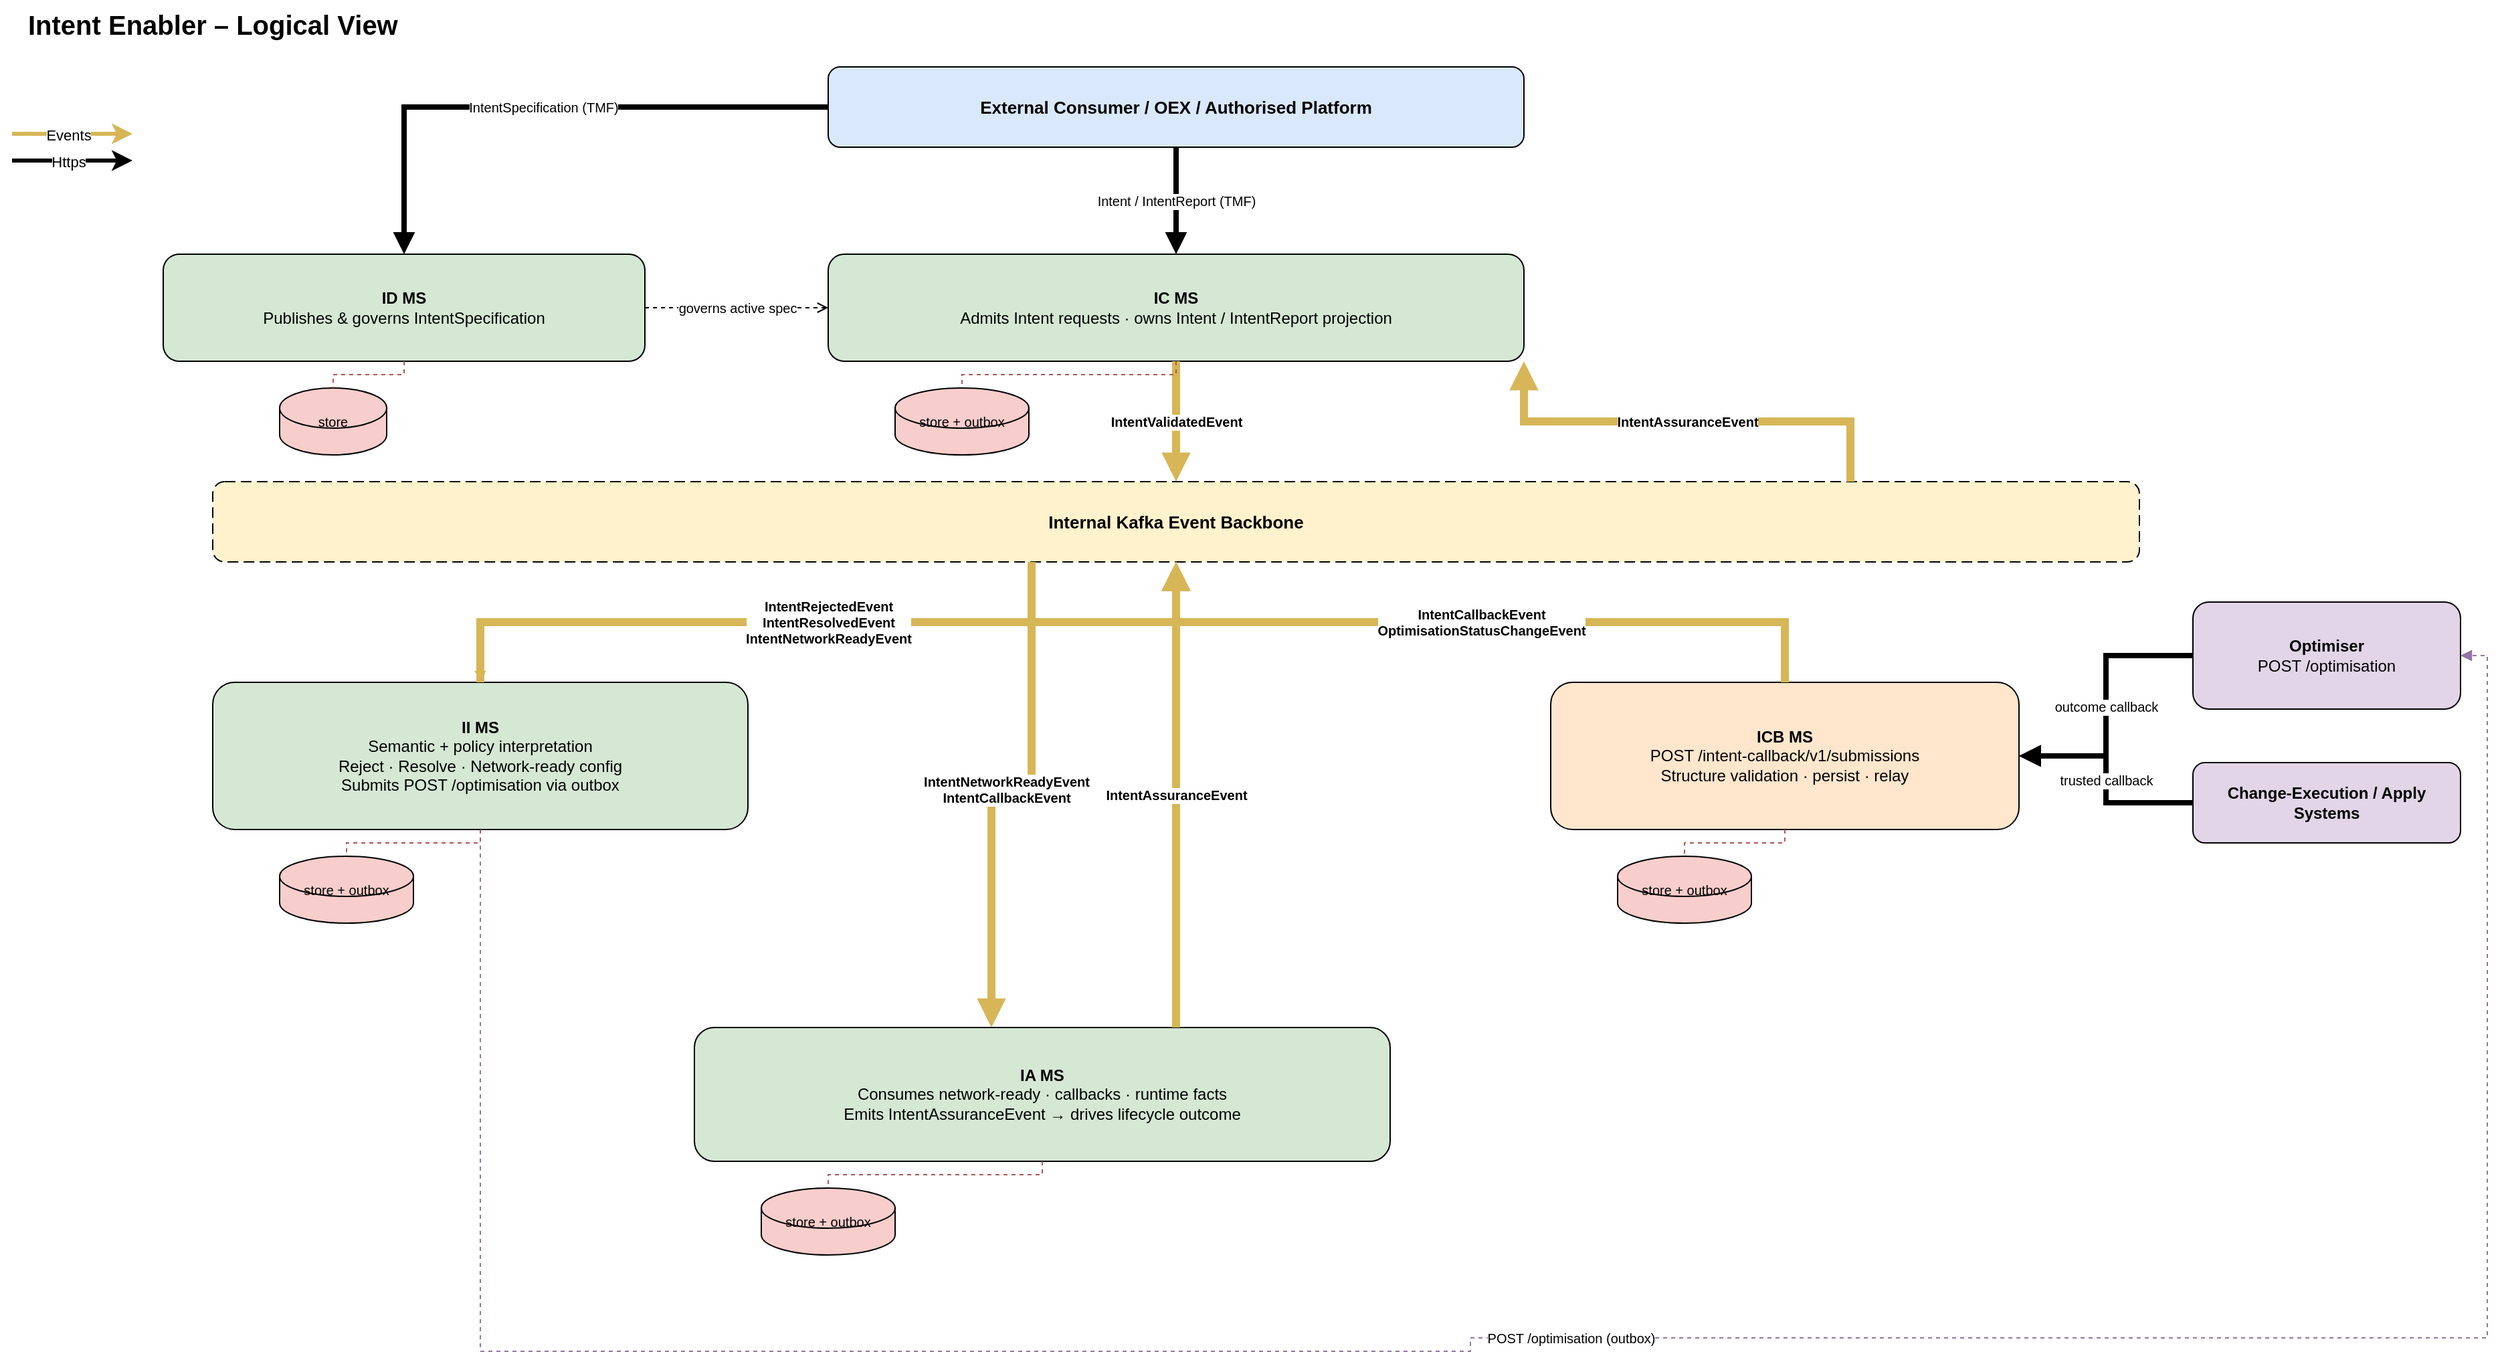
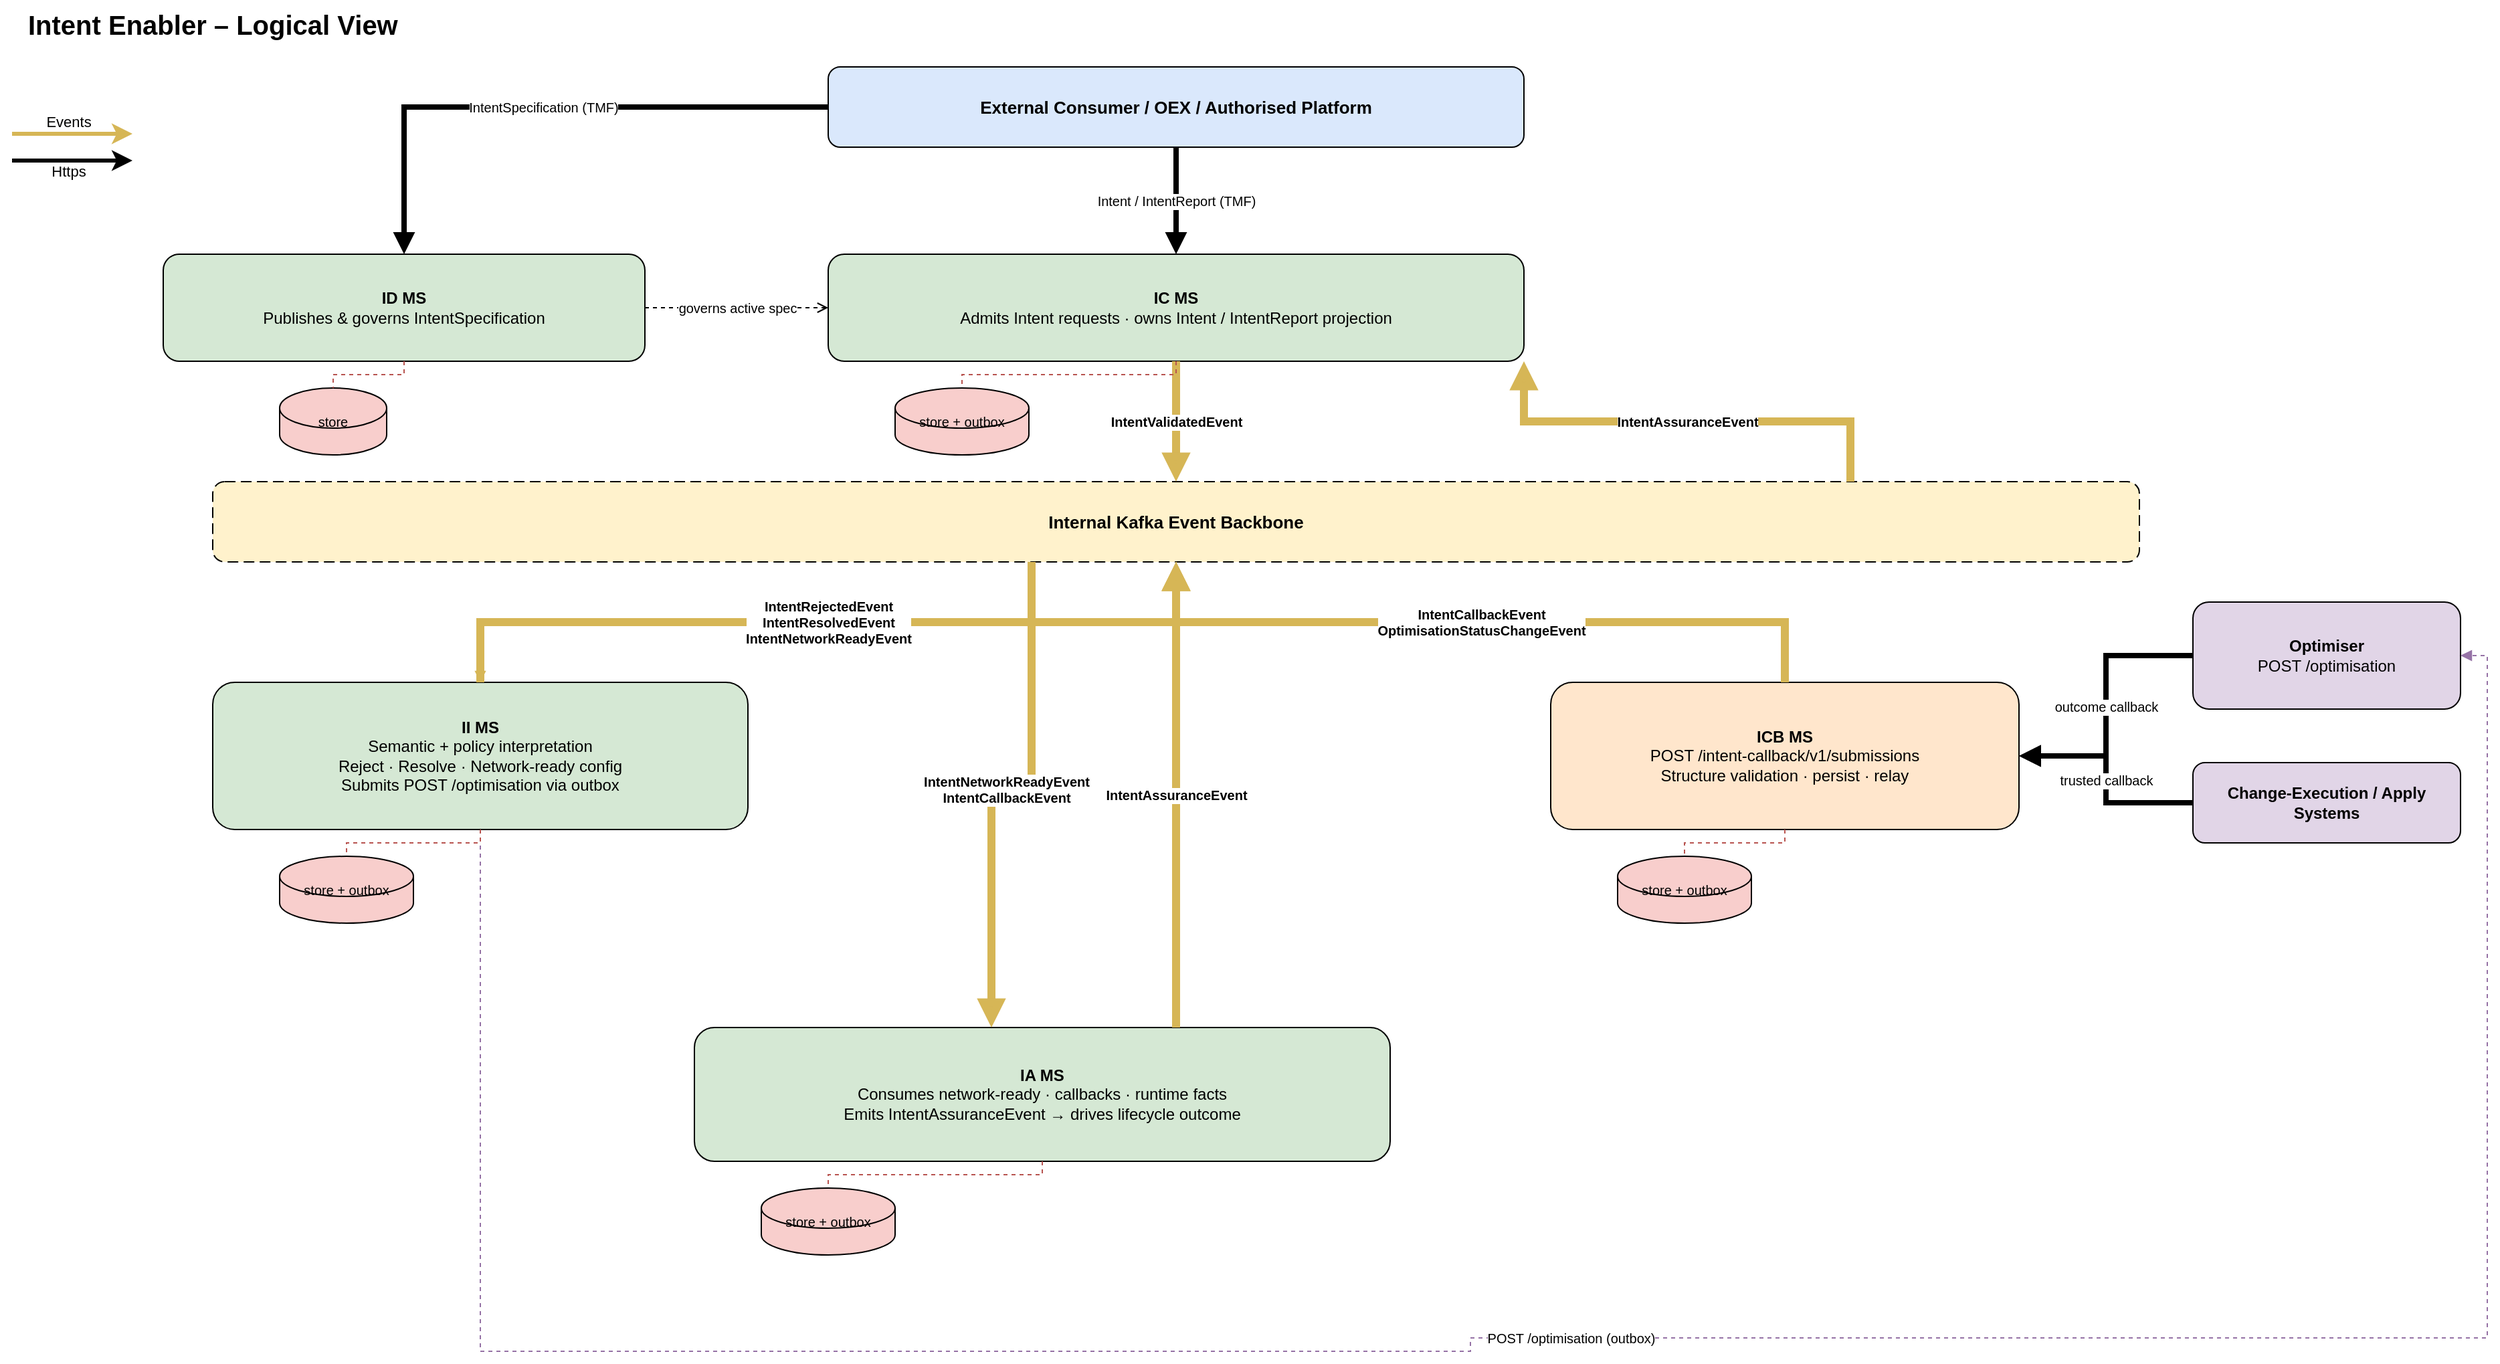
<mxfile host="65bd71144e">
    <diagram id="intent-enabler-logical-view-v3" name="Intent Enabler Logical View">
-         <mxGraphModel dx="651" dy="638" grid="1" gridSize="10" guides="1" tooltips="1" connect="1" arrows="1" fold="1" page="1" pageScale="1" pageWidth="1920" pageHeight="1400" math="0" shadow="0" adaptiveColors="none">
+         <mxGraphModel dx="552" dy="638" grid="1" gridSize="10" guides="1" tooltips="1" connect="1" arrows="1" fold="1" page="1" pageScale="1" pageWidth="1920" pageHeight="1400" math="0" shadow="0" adaptiveColors="none">
            <root>
                <mxCell id="0"/>
                <mxCell id="1" parent="0"/>
                <mxCell id="title" value="Intent Enabler – Logical View" style="text;html=1;strokeColor=none;fillColor=none;align=left;fontSize=20;fontStyle=1;container=0;" parent="1" vertex="1">
                    <mxGeometry x="60" y="30" width="500" height="36" as="geometry"/>
                </mxCell>
                <mxCell id="ext" value="External Consumer / OEX / Authorised Platform" style="rounded=1;whiteSpace=wrap;html=1;fillColor=#dae8fc;strokeColor=default;fontStyle=1;fontSize=13;container=0;" parent="1" vertex="1">
                    <mxGeometry x="660" y="80" width="520" height="60" as="geometry"/>
                </mxCell>
                <mxCell id="id-ms" value="&lt;b&gt;ID MS&lt;/b&gt;&lt;br/&gt;Publishes &amp; governs IntentSpecification" style="rounded=1;whiteSpace=wrap;html=1;fillColor=#d5e8d4;strokeColor=default;fontSize=12;container=0;" parent="1" vertex="1">
                    <mxGeometry x="163" y="220" width="360" height="80" as="geometry"/>
                </mxCell>
                <mxCell id="ic-ms" value="&lt;b&gt;IC MS&lt;/b&gt;&lt;br/&gt;Admits Intent requests · owns Intent / IntentReport projection" style="rounded=1;whiteSpace=wrap;html=1;fillColor=#d5e8d4;strokeColor=default;fontSize=12;container=0;" parent="1" vertex="1">
                    <mxGeometry x="660" y="220" width="520" height="80" as="geometry"/>
                </mxCell>
                <mxCell id="kafka" value="Internal Kafka Event Backbone" style="rounded=1;whiteSpace=wrap;html=1;fillColor=#fff2cc;strokeColor=default;dashed=1;dashPattern=8 4;fontStyle=1;fontSize=13;container=0;" parent="1" vertex="1">
                    <mxGeometry x="200" y="390" width="1440" height="60" as="geometry"/>
                </mxCell>
                <mxCell id="ii-ms" value="&lt;b&gt;II MS&lt;/b&gt;&lt;br/&gt;Semantic + policy interpretation&lt;br/&gt;Reject · Resolve · Network-ready config&lt;br/&gt;Submits POST /optimisation via outbox" style="rounded=1;whiteSpace=wrap;html=1;fillColor=#d5e8d4;strokeColor=default;fontSize=12;container=0;" parent="1" vertex="1">
                    <mxGeometry x="200" y="540" width="400" height="110" as="geometry"/>
                </mxCell>
                <mxCell id="icb-ms" value="&lt;b&gt;ICB MS&lt;/b&gt;&lt;br/&gt;POST /intent-callback/v1/submissions&lt;br/&gt;Structure validation · persist · relay" style="rounded=1;whiteSpace=wrap;html=1;fillColor=#ffe6cc;strokeColor=default;fontSize=12;container=0;" parent="1" vertex="1">
                    <mxGeometry x="1200" y="540" width="350" height="110" as="geometry"/>
                </mxCell>
                <mxCell id="ia-ms" value="&lt;b&gt;IA MS&lt;/b&gt;&lt;br/&gt;Consumes network-ready · callbacks · runtime facts&lt;br/&gt;Emits IntentAssuranceEvent → drives lifecycle outcome" style="rounded=1;whiteSpace=wrap;html=1;fillColor=#d5e8d4;strokeColor=default;fontSize=12;container=0;" parent="1" vertex="1">
                    <mxGeometry x="560" y="798" width="520" height="100" as="geometry"/>
                </mxCell>
                <mxCell id="optimiser" value="&lt;b&gt;Optimiser&lt;/b&gt;&lt;br/&gt;POST /optimisation" style="rounded=1;whiteSpace=wrap;html=1;fillColor=#e1d5e7;strokeColor=default;fontSize=12;container=0;" parent="1" vertex="1">
                    <mxGeometry x="1680" y="480" width="200" height="80" as="geometry"/>
                </mxCell>
                <mxCell id="change-sys" value="&lt;b&gt;Change-Execution / Apply Systems&lt;/b&gt;" style="rounded=1;whiteSpace=wrap;html=1;fillColor=#e1d5e7;strokeColor=default;fontSize=12;container=0;" parent="1" vertex="1">
                    <mxGeometry x="1680" y="600" width="200" height="60" as="geometry"/>
                </mxCell>
                <mxCell id="id-db" value="store" style="shape=cylinder3;whiteSpace=wrap;html=1;fillColor=#f8cecc;strokeColor=default;fontSize=10;container=0;" parent="1" vertex="1">
                    <mxGeometry x="250" y="320" width="80" height="50" as="geometry"/>
                </mxCell>
                <mxCell id="ic-db" value="store + outbox" style="shape=cylinder3;whiteSpace=wrap;html=1;fillColor=#f8cecc;strokeColor=default;fontSize=10;container=0;" parent="1" vertex="1">
                    <mxGeometry x="710" y="320" width="100" height="50" as="geometry"/>
                </mxCell>
                <mxCell id="ii-db" value="store + outbox" style="shape=cylinder3;whiteSpace=wrap;html=1;fillColor=#f8cecc;strokeColor=default;fontSize=10;container=0;" parent="1" vertex="1">
                    <mxGeometry x="250" y="670" width="100" height="50" as="geometry"/>
                </mxCell>
                <mxCell id="icb-db" value="store + outbox" style="shape=cylinder3;whiteSpace=wrap;html=1;fillColor=#f8cecc;strokeColor=default;fontSize=10;container=0;" parent="1" vertex="1">
                    <mxGeometry x="1250" y="670" width="100" height="50" as="geometry"/>
                </mxCell>
                <mxCell id="ia-db" value="store + outbox" style="shape=cylinder3;whiteSpace=wrap;html=1;fillColor=#f8cecc;strokeColor=default;fontSize=10;container=0;" parent="1" vertex="1">
                    <mxGeometry x="610" y="918" width="100" height="50" as="geometry"/>
                </mxCell>
                <mxCell id="e1" value="IntentSpecification (TMF)" style="edgeStyle=orthogonalEdgeStyle;rounded=0;html=1;endArrow=block;endFill=1;fontSize=10;strokeWidth=4;" parent="1" source="ext" target="id-ms" edge="1">
                    <mxGeometry relative="1" as="geometry"/>
                </mxCell>
                <mxCell id="e2" value="Intent / IntentReport (TMF)" style="edgeStyle=orthogonalEdgeStyle;rounded=0;html=1;endArrow=block;endFill=1;fontSize=10;strokeWidth=4;" parent="1" source="ext" target="ic-ms" edge="1">
                    <mxGeometry relative="1" as="geometry"/>
                </mxCell>
                <mxCell id="e3" value="governs active spec" style="edgeStyle=orthogonalEdgeStyle;rounded=0;html=1;endArrow=open;endFill=0;dashed=1;fontSize=10;" parent="1" source="id-ms" target="ic-ms" edge="1">
                    <mxGeometry relative="1" as="geometry"/>
                </mxCell>
                <mxCell id="e4" value="IntentValidatedEvent" style="edgeStyle=orthogonalEdgeStyle;rounded=0;html=1;endArrow=block;endFill=1;strokeColor=#d6b656;fontStyle=1;fontSize=10;strokeWidth=6;" parent="1" source="ic-ms" target="kafka" edge="1">
                    <mxGeometry relative="1" as="geometry"/>
                </mxCell>
                <mxCell id="e5" value="IntentValidatedEvent" style="edgeStyle=orthogonalEdgeStyle;rounded=0;html=1;endArrow=block;endFill=1;strokeColor=#d6b656;fontStyle=1;fontSize=10;" parent="1" source="kafka" target="ii-ms" edge="1">
                    <mxGeometry relative="1" as="geometry"/>
                </mxCell>
                <mxCell id="e6" value="IntentRejectedEvent&#xa;IntentResolvedEvent&#xa;IntentNetworkReadyEvent" style="edgeStyle=orthogonalEdgeStyle;rounded=0;html=1;endArrow=block;endFill=1;strokeColor=#d6b656;fontStyle=1;fontSize=10;strokeWidth=6;" parent="1" source="ii-ms" target="kafka" edge="1">
                    <mxGeometry relative="1" as="geometry"/>
                </mxCell>
                <mxCell id="e7" value="IntentNetworkReadyEvent&#xa;IntentCallbackEvent" style="edgeStyle=orthogonalEdgeStyle;rounded=0;html=1;endArrow=block;endFill=1;strokeColor=#d6b656;fontStyle=1;fontSize=10;strokeWidth=6;" parent="1" edge="1">
                    <mxGeometry relative="1" as="geometry">
                        <mxPoint x="812" y="450" as="sourcePoint"/>
                        <mxPoint x="782" y="798" as="targetPoint"/>
                        <Array as="points">
                            <mxPoint x="812" y="620"/>
                            <mxPoint x="782" y="620"/>
                        </Array>
                    </mxGeometry>
                </mxCell>
                <mxCell id="e8" value="IntentAssuranceEvent" style="edgeStyle=orthogonalEdgeStyle;rounded=0;html=1;endArrow=block;endFill=1;strokeColor=#d6b656;fontStyle=1;fontSize=10;strokeWidth=6;" parent="1" source="ia-ms" target="kafka" edge="1">
                    <mxGeometry relative="1" as="geometry">
                        <Array as="points">
                            <mxPoint x="920" y="730"/>
                            <mxPoint x="920" y="730"/>
                        </Array>
                        <mxPoint as="offset"/>
                    </mxGeometry>
                </mxCell>
                <mxCell id="e9" value="IntentAssuranceEvent" style="edgeStyle=orthogonalEdgeStyle;rounded=0;html=1;endArrow=block;endFill=1;strokeColor=#d6b656;fontStyle=1;fontSize=10;exitX=0.85;exitY=0;exitDx=0;exitDy=0;entryX=1;entryY=1;entryDx=0;entryDy=0;strokeWidth=6;" parent="1" source="kafka" target="ic-ms" edge="1">
                    <mxGeometry relative="1" as="geometry"/>
                </mxCell>
                <mxCell id="e10" value="IntentCallbackEvent&#xa;OptimisationStatusChangeEvent" style="edgeStyle=orthogonalEdgeStyle;rounded=0;html=1;endArrow=block;endFill=1;strokeColor=#d6b656;fontStyle=1;fontSize=10;strokeWidth=6;" parent="1" source="icb-ms" target="kafka" edge="1">
                    <mxGeometry relative="1" as="geometry"/>
                </mxCell>
                <mxCell id="e11" value="outcome callback" style="edgeStyle=orthogonalEdgeStyle;rounded=0;html=1;endArrow=block;endFill=1;fontSize=10;strokeWidth=4;" parent="1" source="optimiser" target="icb-ms" edge="1">
                    <mxGeometry relative="1" as="geometry"/>
                </mxCell>
                <mxCell id="e12" value="trusted callback" style="edgeStyle=orthogonalEdgeStyle;rounded=0;html=1;endArrow=block;endFill=1;fontSize=10;strokeWidth=4;" parent="1" source="change-sys" target="icb-ms" edge="1">
                    <mxGeometry relative="1" as="geometry"/>
                </mxCell>
                <mxCell id="e13" value="POST /optimisation (outbox)" style="edgeStyle=orthogonalEdgeStyle;rounded=0;html=1;endArrow=block;endFill=1;dashed=1;strokeColor=#9673a6;fontSize=10;" parent="1" source="ii-ms" target="optimiser" edge="1">
                    <mxGeometry relative="1" as="geometry">
                        <Array as="points">
                            <mxPoint x="400" y="1040"/>
                            <mxPoint x="1140" y="1040"/>
                            <mxPoint x="1140" y="1030"/>
                            <mxPoint x="1900" y="1030"/>
                            <mxPoint x="1900" y="520"/>
                        </Array>
                    </mxGeometry>
                </mxCell>
                <mxCell id="db1" style="edgeStyle=orthogonalEdgeStyle;rounded=0;html=1;endArrow=none;dashed=1;strokeColor=#b85450;" parent="1" source="id-ms" target="id-db" edge="1">
                    <mxGeometry relative="1" as="geometry"/>
                </mxCell>
                <mxCell id="db2" style="edgeStyle=orthogonalEdgeStyle;rounded=0;html=1;endArrow=none;dashed=1;strokeColor=#b85450;" parent="1" source="ic-ms" target="ic-db" edge="1">
                    <mxGeometry relative="1" as="geometry"/>
                </mxCell>
                <mxCell id="db3" style="edgeStyle=orthogonalEdgeStyle;rounded=0;html=1;endArrow=none;dashed=1;strokeColor=#b85450;" parent="1" source="ii-ms" target="ii-db" edge="1">
                    <mxGeometry relative="1" as="geometry"/>
                </mxCell>
                <mxCell id="db4" style="edgeStyle=orthogonalEdgeStyle;rounded=0;html=1;endArrow=none;dashed=1;strokeColor=#b85450;" parent="1" source="icb-ms" target="icb-db" edge="1">
                    <mxGeometry relative="1" as="geometry"/>
                </mxCell>
                <mxCell id="db5" style="edgeStyle=orthogonalEdgeStyle;rounded=0;html=1;endArrow=none;dashed=1;strokeColor=#b85450;" parent="1" source="ia-ms" target="ia-db" edge="1">
                    <mxGeometry relative="1" as="geometry"/>
                </mxCell>
-                 <mxCell id="2" value="" style="endArrow=classic;html=1;fillColor=#fff2cc;strokeColor=#d6b656;strokeWidth=3;" edge="1" parent="1">
+                 <mxCell id="2" value="" style="endArrow=classic;html=1;fillColor=#fff2cc;strokeColor=#d6b656;strokeWidth=3;" parent="1" edge="1">
                    <mxGeometry width="50" height="50" relative="1" as="geometry">
                        <mxPoint x="50" y="130" as="sourcePoint"/>
                        <mxPoint x="140" y="130" as="targetPoint"/>
                    </mxGeometry>
                </mxCell>
-                 <mxCell id="3" value="Events" style="edgeLabel;html=1;align=center;verticalAlign=middle;resizable=0;points=[];" vertex="1" connectable="0" parent="2">
+                 <mxCell id="3" value="Events" style="edgeLabel;html=1;align=center;verticalAlign=middle;resizable=0;points=[];" parent="2" vertex="1" connectable="0">
                    <mxGeometry x="-0.0667" y="-1" relative="1" as="geometry">
-                         <mxPoint as="offset"/>
+                         <mxPoint y="-10" as="offset"/>
                    </mxGeometry>
                </mxCell>
-                 <mxCell id="4" value="" style="endArrow=classic;html=1;strokeWidth=3;" edge="1" parent="1">
+                 <mxCell id="4" value="" style="endArrow=classic;html=1;strokeWidth=3;" parent="1" edge="1">
                    <mxGeometry width="50" height="50" relative="1" as="geometry">
                        <mxPoint x="50" y="150" as="sourcePoint"/>
                        <mxPoint x="140" y="150" as="targetPoint"/>
+                         <Array as="points">
+                             <mxPoint x="90" y="150"/>
+                         </Array>
                    </mxGeometry>
                </mxCell>
-                 <mxCell id="5" value="Https" style="edgeLabel;html=1;align=center;verticalAlign=middle;resizable=0;points=[];" vertex="1" connectable="0" parent="4">
+                 <mxCell id="5" value="Https" style="edgeLabel;html=1;align=center;verticalAlign=middle;resizable=0;points=[];" parent="4" vertex="1" connectable="0">
                    <mxGeometry x="-0.0667" y="-1" relative="1" as="geometry">
-                         <mxPoint as="offset"/>
+                         <mxPoint y="7" as="offset"/>
                    </mxGeometry>
                </mxCell>
            </root>
        </mxGraphModel>
    </diagram>
</mxfile>